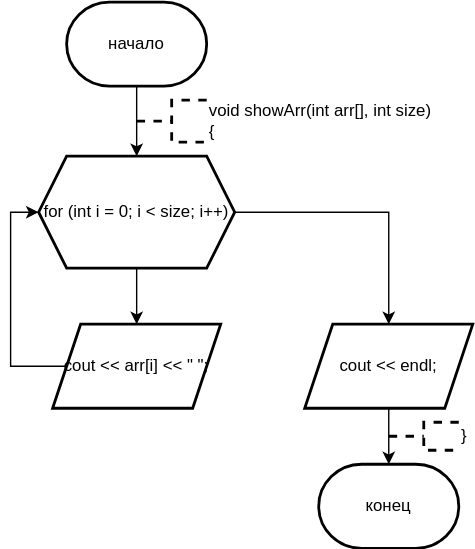
Above: Sem_2/Labs/LAB_16/showArr.drawio.svg in ksinph/PSTU_LABS_2023 (draw.io), before the change. Source tidied: cells renumbered, new cells last; positions are measured from the earlier drawing's top-left corner, leaving out a move shared by most shapes.
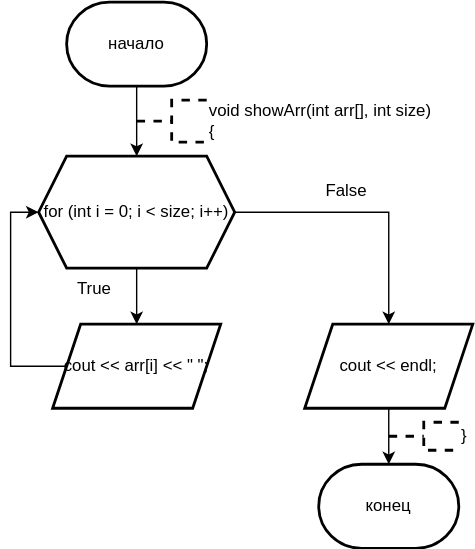
Above is the later version.

Diff of the diagram source:
```diff
@@ -43,5 +43,11 @@
     <mxCell id="13" value="&lt;div&gt;void showArr(int arr[], int size)&lt;/div&gt;&lt;div&gt;{&lt;/div&gt;" style="strokeWidth=2;html=1;shape=mxgraph.flowchart.annotation_2;align=left;labelPosition=right;dashed=1;" parent="1" vertex="1">
       <mxGeometry x="90" y="70" width="50" height="30" as="geometry" />
     </mxCell>
+    <mxCell id="14" value="True" style="text;html=1;align=center;verticalAlign=middle;whiteSpace=wrap;rounded=0;" parent="1" vertex="1">
+      <mxGeometry x="30" y="190" width="60" height="30" as="geometry" />
+    </mxCell>
+    <mxCell id="15" value="False" style="text;html=1;align=center;verticalAlign=middle;whiteSpace=wrap;rounded=0;" parent="1" vertex="1">
+      <mxGeometry x="210" y="120" width="60" height="30" as="geometry" />
+    </mxCell>
   </root>
 </mxGraphModel>
```
